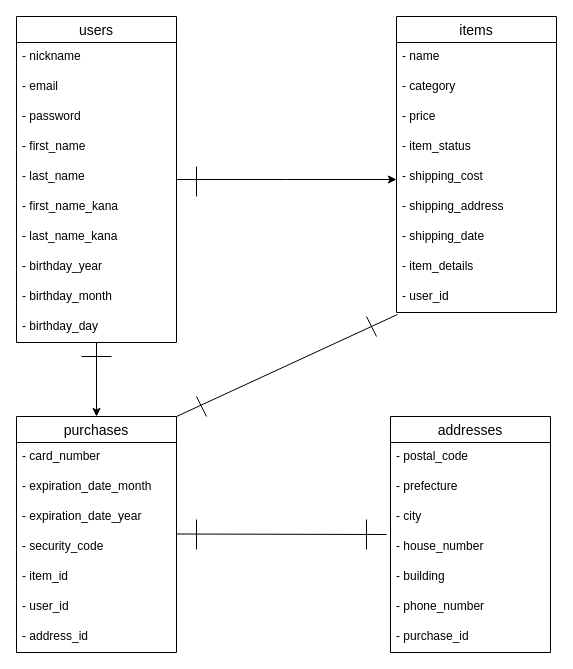
This is ER.dio from jyoryu-0105/furima-31059, a draw.io file, before an edit. Source tidied: cells renumbered, new cells numbered last; positions are measured from the earlier drawing's top-left corner, leaving out a move shared by most shapes. Both pictures are drawn from the tidied source at 100%, with x=0, y=0 at pixel (16, 16).
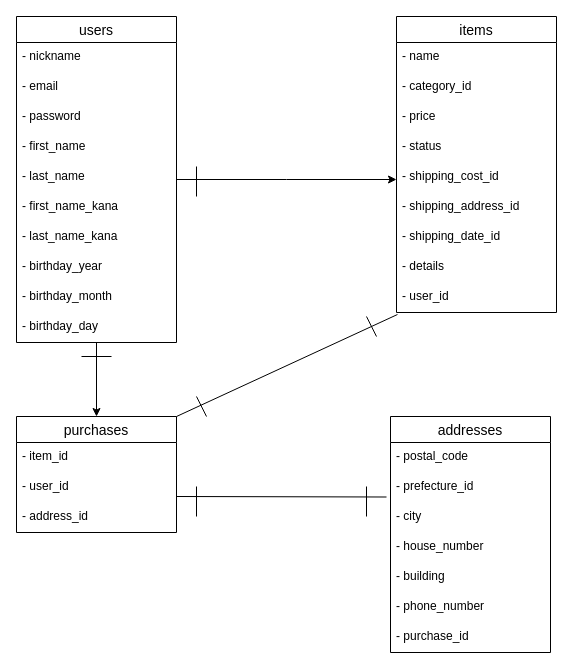
Above is the later version.

Commit message (it also covers changes not shown here):
ER図とREADMEの修正

The change refers to these unchanged cells:
```xml
<mxCell id="23" value="items" style="swimlane;fontStyle=0;horizontal=1;startSize=26;align=center;fontSize=14;" parent="1" vertex="1">
  <mxGeometry x="380" width="160" height="296" as="geometry" />
</mxCell>
<mxCell id="33" value="addresses" style="swimlane;fontStyle=0;horizontal=1;startSize=26;align=center;fontSize=14;" parent="1" vertex="1">
  <mxGeometry x="374" y="400" width="160" height="236" as="geometry" />
</mxCell>
```

Diff of the diagram source:
```diff
@@
     <mxCell id="15" value="purchases" style="swimlane;fontStyle=0;horizontal=1;startSize=26;align=center;fontSize=14;" parent="1" vertex="1">
-      <mxGeometry y="400" width="160" height="236" as="geometry" />
+      <mxGeometry y="400" width="160" height="116" as="geometry" />
     </mxCell>
-    <mxCell id="16" value="- card_number" style="text;strokeColor=none;fillColor=none;spacingLeft=4;spacingRight=4;overflow=hidden;fontSize=12;" parent="15" vertex="1">
-      <mxGeometry y="26" width="160" height="30" as="geometry" />
-    </mxCell>
-    <mxCell id="17" value="- expiration_date_month" style="text;strokeColor=none;fillColor=none;spacingLeft=4;spacingRight=4;overflow=hidden;fontSize=12;" parent="15" vertex="1">
-      <mxGeometry y="56" width="160" height="30" as="geometry" />
-    </mxCell>
-    <mxCell id="18" value="- expiration_date_year" style="text;strokeColor=none;fillColor=none;spacingLeft=4;spacingRight=4;overflow=hidden;fontSize=12;" parent="15" vertex="1">
-      <mxGeometry y="86" width="160" height="30" as="geometry" />
-    </mxCell>
-    <mxCell id="19" value="- security_code" style="text;strokeColor=none;fillColor=none;spacingLeft=4;spacingRight=4;overflow=hidden;fontSize=12;" parent="15" vertex="1">
-      <mxGeometry y="116" width="160" height="30" as="geometry" />
-    </mxCell>
     <mxCell id="20" value="- item_id" style="text;strokeColor=none;fillColor=none;spacingLeft=4;spacingRight=4;overflow=hidden;fontSize=12;" parent="15" vertex="1">
-      <mxGeometry y="146" width="160" height="30" as="geometry" />
+      <mxGeometry y="26" width="160" height="30" as="geometry" />
     </mxCell>
     <mxCell id="21" value="- user_id" style="text;strokeColor=none;fillColor=none;spacingLeft=4;spacingRight=4;overflow=hidden;fontSize=12;" parent="15" vertex="1">
-      <mxGeometry y="176" width="160" height="30" as="geometry" />
+      <mxGeometry y="56" width="160" height="30" as="geometry" />
     </mxCell>
     <mxCell id="22" value="- address_id" style="text;strokeColor=none;fillColor=none;spacingLeft=4;spacingRight=4;overflow=hidden;fontSize=12;" parent="15" vertex="1">
-      <mxGeometry y="206" width="160" height="30" as="geometry" />
+      <mxGeometry y="86" width="160" height="30" as="geometry" />
     </mxCell>
@@
-    <mxCell id="25" value="- category" style="text;strokeColor=none;fillColor=none;spacingLeft=4;spacingRight=4;overflow=hidden;fontSize=12;" parent="23" vertex="1">
+    <mxCell id="25" value="- category_id" style="text;strokeColor=none;fillColor=none;spacingLeft=4;spacingRight=4;overflow=hidden;fontSize=12;" parent="23" vertex="1">
       <mxGeometry y="56" width="160" height="30" as="geometry" />
     </mxCell>
@@
-    <mxCell id="27" value="- item_status" style="text;strokeColor=none;fillColor=none;spacingLeft=4;spacingRight=4;overflow=hidden;fontSize=12;" parent="23" vertex="1">
+    <mxCell id="27" value="- status" style="text;strokeColor=none;fillColor=none;spacingLeft=4;spacingRight=4;overflow=hidden;fontSize=12;" parent="23" vertex="1">
       <mxGeometry y="116" width="160" height="30" as="geometry" />
     </mxCell>
-    <mxCell id="28" value="- shipping_cost" style="text;strokeColor=none;fillColor=none;spacingLeft=4;spacingRight=4;overflow=hidden;fontSize=12;" parent="23" vertex="1">
+    <mxCell id="28" value="- shipping_cost_id" style="text;strokeColor=none;fillColor=none;spacingLeft=4;spacingRight=4;overflow=hidden;fontSize=12;" parent="23" vertex="1">
       <mxGeometry y="146" width="160" height="30" as="geometry" />
     </mxCell>
-    <mxCell id="29" value="- shipping_address" style="text;strokeColor=none;fillColor=none;spacingLeft=4;spacingRight=4;overflow=hidden;fontSize=12;" parent="23" vertex="1">
+    <mxCell id="29" value="- shipping_address_id" style="text;strokeColor=none;fillColor=none;spacingLeft=4;spacingRight=4;overflow=hidden;fontSize=12;" parent="23" vertex="1">
       <mxGeometry y="176" width="160" height="30" as="geometry" />
     </mxCell>
-    <mxCell id="30" value="- shipping_date" style="text;strokeColor=none;fillColor=none;spacingLeft=4;spacingRight=4;overflow=hidden;fontSize=12;" parent="23" vertex="1">
+    <mxCell id="30" value="- shipping_date_id" style="text;strokeColor=none;fillColor=none;spacingLeft=4;spacingRight=4;overflow=hidden;fontSize=12;" parent="23" vertex="1">
       <mxGeometry y="206" width="160" height="30" as="geometry" />
     </mxCell>
-    <mxCell id="31" value="- item_details" style="text;strokeColor=none;fillColor=none;spacingLeft=4;spacingRight=4;overflow=hidden;fontSize=12;" parent="23" vertex="1">
+    <mxCell id="31" value="- details" style="text;strokeColor=none;fillColor=none;spacingLeft=4;spacingRight=4;overflow=hidden;fontSize=12;" parent="23" vertex="1">
       <mxGeometry y="236" width="160" height="30" as="geometry" />
     </mxCell>
@@
-    <mxCell id="35" value="- prefecture" style="text;strokeColor=none;fillColor=none;spacingLeft=4;spacingRight=4;overflow=hidden;fontSize=12;" parent="33" vertex="1">
+    <mxCell id="35" value="- prefecture_id" style="text;strokeColor=none;fillColor=none;spacingLeft=4;spacingRight=4;overflow=hidden;fontSize=12;" parent="33" vertex="1">
       <mxGeometry y="56" width="160" height="30" as="geometry" />
     </mxCell>
@@
     <mxCell id="41" style="endArrow=none;html=1;rounded=0;" parent="1" edge="1">
       <mxGeometry relative="1" as="geometry">
-        <mxPoint x="160" y="517.5" as="sourcePoint" />
-        <mxPoint x="370" y="518" as="targetPoint" />
+        <mxPoint x="160" y="480" as="sourcePoint" />
+        <mxPoint x="370" y="480.5" as="targetPoint" />
       </mxGeometry>
     </mxCell>
@@
     <mxCell id="47" style="endArrow=none;html=1;rounded=0;" parent="1" edge="1">
       <mxGeometry relative="1" as="geometry">
-        <mxPoint x="180" y="533" as="sourcePoint" />
-        <mxPoint x="180" y="503" as="targetPoint" />
+        <mxPoint x="180" y="500" as="sourcePoint" />
+        <mxPoint x="180" y="470" as="targetPoint" />
       </mxGeometry>
     </mxCell>
     <mxCell id="48" style="endArrow=none;html=1;rounded=0;" parent="1" edge="1">
       <mxGeometry relative="1" as="geometry">
-        <mxPoint x="350" y="533" as="sourcePoint" />
-        <mxPoint x="350" y="503" as="targetPoint" />
+        <mxPoint x="350" y="500" as="sourcePoint" />
+        <mxPoint x="350" y="470" as="targetPoint" />
       </mxGeometry>
     </mxCell>
```
